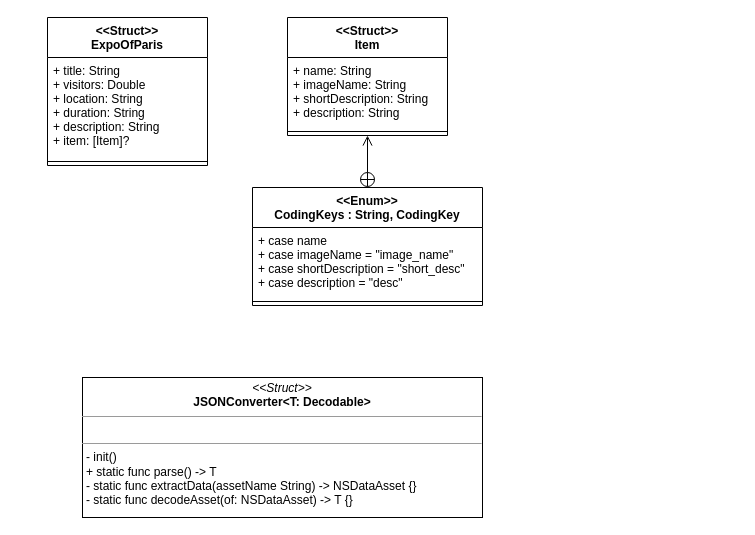
Before: ExpoDiagram.drawio in yagom-academy/ios-exposition-universelle, a draw.io diagram. Source tidied: cells renumbered, new cells numbered last; positions are measured from the earlier drawing's top-left corner, leaving out a move shared by most shapes. Both pictures are drawn from the tidied source at 100%, with x=0, y=0 at pixel (47, 17).
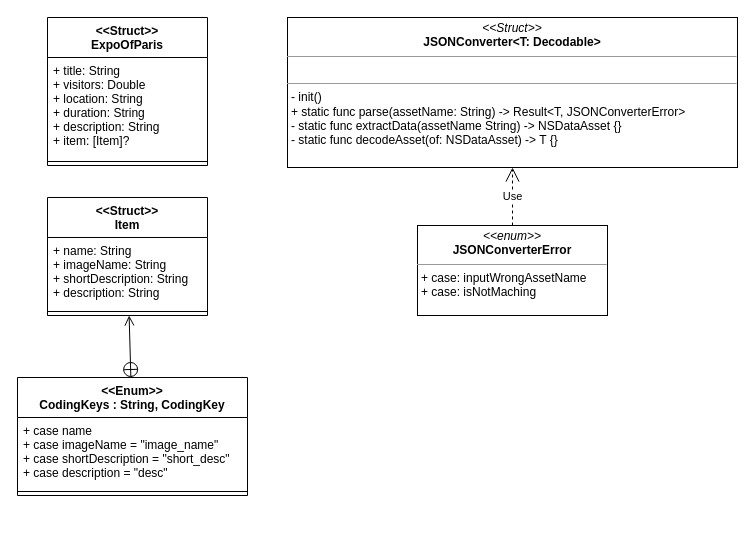
The same page after the edit.

Commit message (it also covers changes not shown here):
[Docs] Result 구현을 위한 UML 작성

What changed in the source:
```diff
@@
 <mxGraphModel>
   <root>
     <mxCell id="0" />
     <mxCell id="1" parent="0" />
     <mxCell id="2" value="&lt;&lt;Struct&gt;&gt;&#10;ExpoOfParis" style="swimlane;fontStyle=1;align=center;verticalAlign=top;horizontal=1;startSize=40;" parent="1" vertex="1">
       <mxGeometry width="160" height="148" as="geometry" />
     </mxCell>
     <mxCell id="3" value="+ title: String&#10;+ visitors: Double&#10;+ location: String&#10;+ duration: String&#10;+ description: String&#10;+ item: [Item]?&#10;" style="text;strokeColor=none;fillColor=none;align=left;verticalAlign=top;spacingLeft=4;spacingRight=4;overflow=hidden;" parent="2" vertex="1">
       <mxGeometry y="40" width="160" height="100" as="geometry" />
     </mxCell>
     <mxCell id="4" style="line;strokeWidth=1;fillColor=none;align=left;verticalAlign=middle;spacingTop=-1;spacingLeft=3;spacingRight=3;labelPosition=right;" parent="2" vertex="1">
       <mxGeometry y="140" width="160" height="8" as="geometry" />
     </mxCell>
     <mxCell id="5" value="&lt;&lt;Struct&gt;&gt;&#10;Item" style="swimlane;fontStyle=1;align=center;verticalAlign=top;horizontal=1;startSize=40;" parent="1" vertex="1">
-      <mxGeometry x="240" width="160" height="118" as="geometry" />
+      <mxGeometry y="180" width="160" height="118" as="geometry" />
     </mxCell>
     <mxCell id="6" value="+ name: String&#10;+ imageName: String&#10;+ shortDescription: String&#10;+ description: String&#10;" style="text;strokeColor=none;fillColor=none;align=left;verticalAlign=top;spacingLeft=4;spacingRight=4;overflow=hidden;" parent="5" vertex="1">
       <mxGeometry y="40" width="160" height="70" as="geometry" />
     </mxCell>
     <mxCell id="7" style="line;strokeWidth=1;fillColor=none;align=left;verticalAlign=middle;spacingTop=-1;spacingLeft=3;spacingRight=3;labelPosition=right;" parent="5" vertex="1">
       <mxGeometry y="110" width="160" height="8" as="geometry" />
     </mxCell>
     <mxCell id="8" style="endArrow=open;startArrow=circlePlus;endFill=0;startFill=0;endSize=8;html=1;" parent="1" edge="1" source="9" target="5">
       <mxGeometry relative="1" as="geometry" />
     </mxCell>
     <mxCell id="9" value="&lt;&lt;Enum&gt;&gt;&#10;CodingKeys : String, CodingKey" style="swimlane;fontStyle=1;align=center;verticalAlign=top;horizontal=1;startSize=40;" parent="1" vertex="1">
-      <mxGeometry x="205" y="170" width="230" height="118" as="geometry" />
+      <mxGeometry x="-30" y="360" width="230" height="118" as="geometry" />
     </mxCell>
     <mxCell id="10" value="+ case name&#10;+ case imageName = &quot;image_name&quot;&#10;+ case shortDescription = &quot;short_desc&quot;&#10;+ case description = &quot;desc&quot;" style="text;strokeColor=none;fillColor=none;align=left;verticalAlign=top;spacingLeft=4;spacingRight=4;overflow=hidden;" parent="9" vertex="1">
       <mxGeometry y="40" width="230" height="70" as="geometry" />
     </mxCell>
     <mxCell id="11" style="line;strokeWidth=1;fillColor=none;align=left;verticalAlign=middle;spacingTop=-1;spacingLeft=3;spacingRight=3;labelPosition=right;" parent="9" vertex="1">
       <mxGeometry y="110" width="230" height="8" as="geometry" />
     </mxCell>
-    <mxCell id="12" value="&lt;p style=&quot;margin: 0px ; margin-top: 4px ; text-align: center&quot;&gt;&lt;i&gt;&amp;lt;&amp;lt;Struct&amp;gt;&amp;gt;&lt;/i&gt;&lt;br&gt;&lt;b&gt;JSONConverter&amp;lt;T: Decodable&amp;gt;&lt;/b&gt;&lt;br&gt;&lt;/p&gt;&lt;hr size=&quot;1&quot;&gt;&lt;p style=&quot;margin: 0px ; margin-left: 4px&quot;&gt;&lt;br&gt;&lt;/p&gt;&lt;hr size=&quot;1&quot;&gt;&lt;p style=&quot;margin: 0px 0px 0px 4px&quot;&gt;- init()&amp;nbsp;&lt;/p&gt;&lt;p style=&quot;margin: 0px 0px 0px 4px&quot;&gt;+ static func parse() -&amp;gt; T&lt;/p&gt;&lt;p style=&quot;margin: 0px 0px 0px 4px&quot;&gt;- static func extractData(assetName String) -&amp;gt; NSDataAsset {}&lt;/p&gt;&lt;p style=&quot;margin: 0px 0px 0px 4px&quot;&gt;- static func decodeAsset(of: NSDataAsset) -&amp;gt; T {}&lt;span&gt;&amp;nbsp;&lt;/span&gt;&lt;/p&gt;" style="verticalAlign=top;align=left;overflow=fill;fontSize=12;fontFamily=Helvetica;html=1;" parent="1" vertex="1">
-      <mxGeometry x="35" y="360" width="400" height="140" as="geometry" />
+    <mxCell id="12" value="&lt;p style=&quot;margin: 0px ; margin-top: 4px ; text-align: center&quot;&gt;&lt;i&gt;&amp;lt;&amp;lt;Struct&amp;gt;&amp;gt;&lt;/i&gt;&lt;br&gt;&lt;b&gt;JSONConverter&amp;lt;T: Decodable&amp;gt;&lt;/b&gt;&lt;br&gt;&lt;/p&gt;&lt;hr size=&quot;1&quot;&gt;&lt;p style=&quot;margin: 0px ; margin-left: 4px&quot;&gt;&lt;br&gt;&lt;/p&gt;&lt;hr size=&quot;1&quot;&gt;&lt;p style=&quot;margin: 0px 0px 0px 4px&quot;&gt;- init()&amp;nbsp;&lt;/p&gt;&lt;p style=&quot;margin: 0px 0px 0px 4px&quot;&gt;+ static func parse(assetName: String) -&amp;gt; Result&amp;lt;T, JSONConverterError&amp;gt;&lt;/p&gt;&lt;p style=&quot;margin: 0px 0px 0px 4px&quot;&gt;- static func extractData(assetName String) -&amp;gt; NSDataAsset {}&lt;/p&gt;&lt;p style=&quot;margin: 0px 0px 0px 4px&quot;&gt;- static func decodeAsset(of: NSDataAsset) -&amp;gt; T {}&lt;span&gt;&amp;nbsp;&lt;/span&gt;&lt;/p&gt;" style="verticalAlign=top;align=left;overflow=fill;fontSize=12;fontFamily=Helvetica;html=1;" parent="1" vertex="1">
+      <mxGeometry x="240" width="450" height="150" as="geometry" />
     </mxCell>
+    <mxCell id="13" value="&lt;p style=&quot;margin: 0px ; margin-top: 4px ; text-align: center&quot;&gt;&lt;i&gt;&amp;lt;&amp;lt;enum&amp;gt;&amp;gt;&lt;/i&gt;&lt;br&gt;&lt;b&gt;JSONConverterError&lt;/b&gt;&lt;/p&gt;&lt;hr size=&quot;1&quot;&gt;&lt;p style=&quot;margin: 0px ; margin-left: 4px&quot;&gt;+ case: inputWrongAssetName&lt;/p&gt;&lt;p style=&quot;margin: 0px ; margin-left: 4px&quot;&gt;+ case: isNotMaching&lt;/p&gt;" style="verticalAlign=top;align=left;overflow=fill;fontSize=12;fontFamily=Helvetica;html=1;" parent="1" vertex="1">
+      <mxGeometry x="370" y="208" width="190" height="90" as="geometry" />
+    </mxCell>
+    <mxCell id="14" value="Use" style="endArrow=open;endSize=12;dashed=1;html=1;" parent="1" edge="1" source="13" target="12">
+      <mxGeometry relative="1" as="geometry" />
+    </mxCell>
   </root>
 </mxGraphModel>
```
